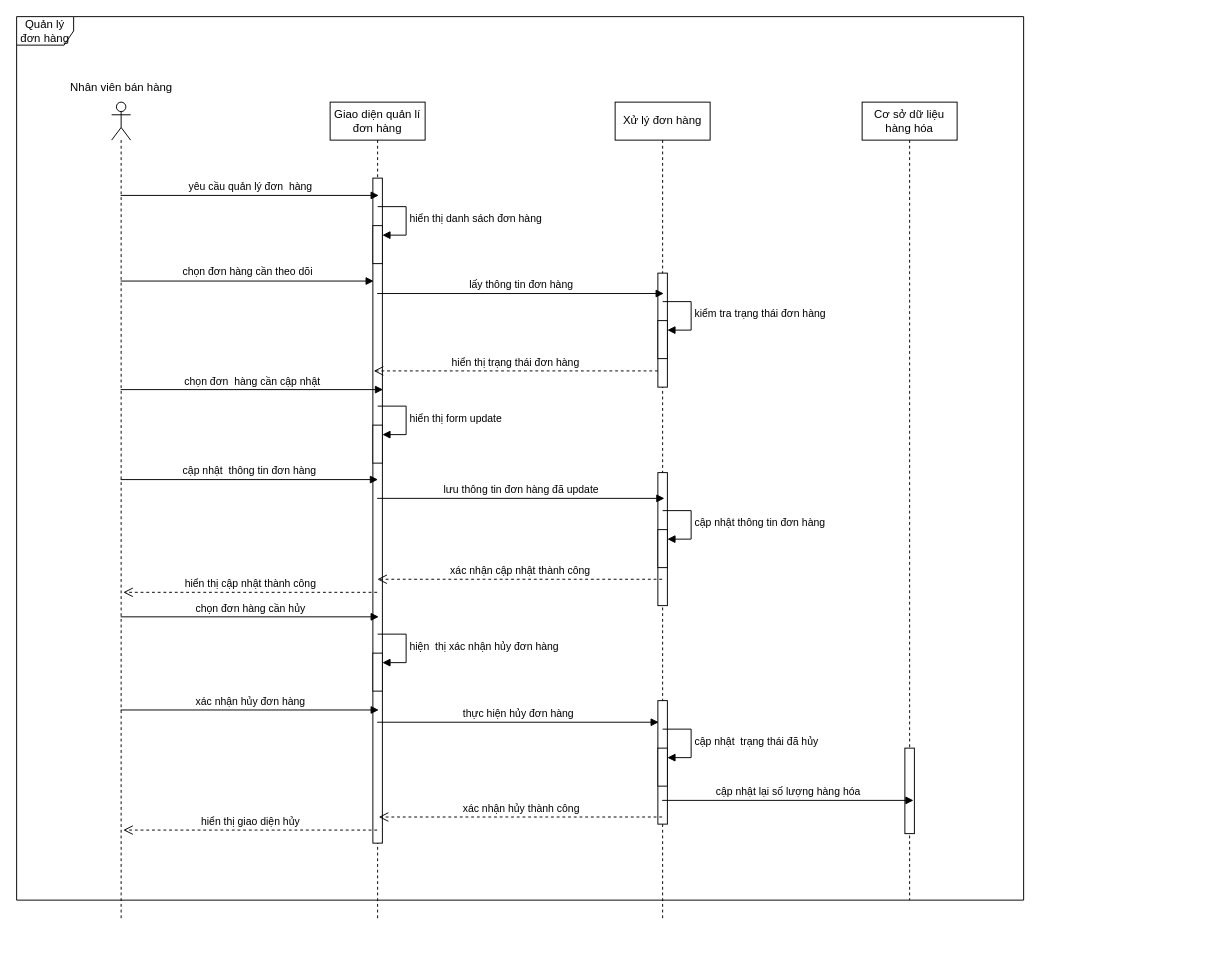
Earlier version of the draw.io diagram NV-QLĐH sequence.drawio (RomJoke/K). Source tidied: cells renumbered, new cells numbered last; positions are measured from the earlier drawing's top-left corner, leaving out a move shared by most shapes. Both pictures are drawn from the tidied source at 95%, with x=0, y=0 at pixel (16, 16).
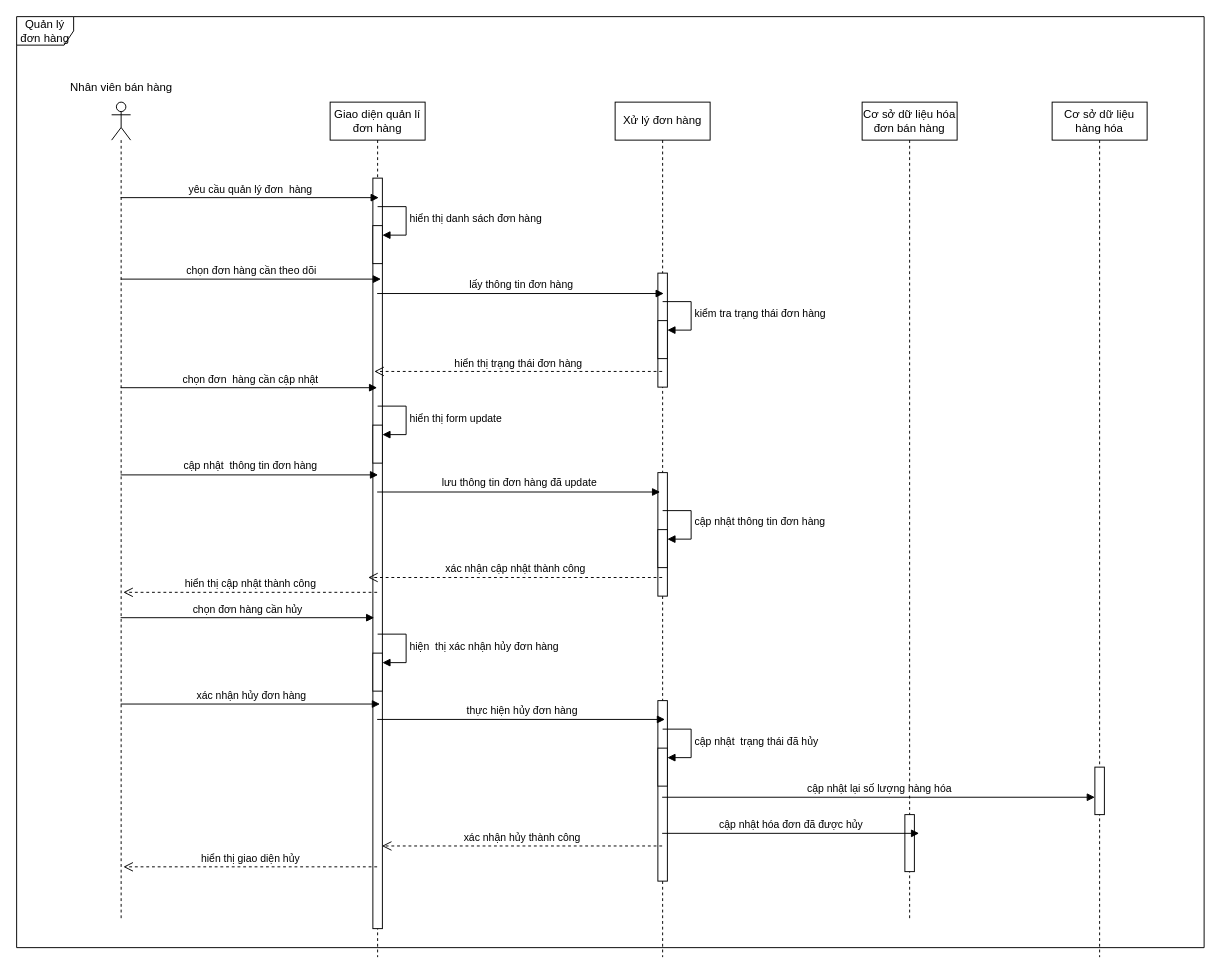
Above is the later version.

Unchanged cells that the change refers to:
```xml
<mxCell id="3" style="shape=umlLifeline;perimeter=lifelinePerimeter;whiteSpace=wrap;html=1;outlineConnect=0;portConstraint=eastwest;newEdgeStyle={&quot;curved&quot;:0,&quot;rounded&quot;:0};participant=umlActor;" parent="1" vertex="1">
  <mxGeometry x="100" y="90" width="20" height="860" as="geometry" />
</mxCell>
<mxCell id="13" style="html=1;points=[[0,0,0,0,5],[0,1,0,0,-5],[1,0,0,0,5],[1,1,0,0,-5]];perimeter=orthogonalPerimeter;outlineConnect=0;targetShapes=umlLifeline;portConstraint=eastwest;newEdgeStyle={&quot;curved&quot;:0,&quot;rounded&quot;:0};" parent="12" vertex="1">
  <mxGeometry x="45" y="180" width="10" height="120" as="geometry" />
</mxCell>
<mxCell id="17" style="html=1;points=[[0,0,0,0,5],[0,1,0,0,-5],[1,0,0,0,5],[1,1,0,0,-5]];perimeter=orthogonalPerimeter;outlineConnect=0;targetShapes=umlLifeline;portConstraint=eastwest;newEdgeStyle={&quot;curved&quot;:0,&quot;rounded&quot;:0};" parent="12" vertex="1">
  <mxGeometry x="45" y="450" width="10" height="40" as="geometry" />
</mxCell>
```

What changed in the source:
```diff
@@
     <mxCell id="2" value="Quản lý đơn hàng" style="shape=umlFrame;whiteSpace=wrap;html=1;" parent="1" vertex="1">
-      <mxGeometry width="1060" height="930" as="geometry" />
+      <mxGeometry width="1250" height="980" as="geometry" />
     </mxCell>
@@
     <mxCell id="4" value="Giao diện quản lí đơn hàng" style="shape=umlLifeline;perimeter=lifelinePerimeter;whiteSpace=wrap;html=1;outlineConnect=0;portConstraint=eastwest;newEdgeStyle={&quot;curved&quot;:0,&quot;rounded&quot;:0};" parent="1" vertex="1">
-      <mxGeometry x="330" y="90" width="100" height="860" as="geometry" />
+      <mxGeometry x="330" y="90" width="100" height="900" as="geometry" />
     </mxCell>
     <mxCell id="5" style="html=1;points=[[0,0,0,0,5],[0,1,0,0,-5],[1,0,0,0,5],[1,1,0,0,-5]];perimeter=orthogonalPerimeter;outlineConnect=0;targetShapes=umlLifeline;portConstraint=eastwest;newEdgeStyle={&quot;curved&quot;:0,&quot;rounded&quot;:0};" parent="4" vertex="1">
-      <mxGeometry x="45" y="80" width="10" height="700" as="geometry" />
+      <mxGeometry x="45" y="80" width="10" height="790" as="geometry" />
     </mxCell>
@@
     <mxCell id="12" value="Xử lý đơn hàng" style="shape=umlLifeline;perimeter=lifelinePerimeter;whiteSpace=wrap;html=1;outlineConnect=0;portConstraint=eastwest;newEdgeStyle={&quot;curved&quot;:0,&quot;rounded&quot;:0};" parent="1" vertex="1">
-      <mxGeometry x="630" y="90" width="100" height="860" as="geometry" />
+      <mxGeometry x="630" y="90" width="100" height="900" as="geometry" />
     </mxCell>
@@
     <mxCell id="16" style="html=1;perimeter=orthogonalPerimeter;targetShapes=umlLifeline;newEdgeStyle={&quot;curved&quot;:0,&quot;rounded&quot;:0};" parent="12" vertex="1">
-      <mxGeometry x="45" y="390" width="10" height="140" as="geometry" />
+      <mxGeometry x="45" y="390" width="10" height="130" as="geometry" />
     </mxCell>
@@
     <mxCell id="18" value="cập nhật thông tin đơn hàng" style="html=1;align=left;spacingLeft=2;endArrow=block;rounded=0;edgeStyle=orthogonalEdgeStyle;curved=0;rounded=0;" parent="12" edge="1" target="17">
-      <mxGeometry relative="1" as="geometry">
+      <mxGeometry x="-0.01" relative="1" as="geometry">
         <mxPoint x="50" y="430" as="sourcePoint" />
         <Array as="points">
           <mxPoint x="80" y="460" />
         </Array>
       </mxGeometry>
     </mxCell>
     <mxCell id="19" style="html=1;perimeter=orthogonalPerimeter;targetShapes=umlLifeline;newEdgeStyle={&quot;curved&quot;:0,&quot;rounded&quot;:0};" parent="12" vertex="1">
-      <mxGeometry x="45" y="630" width="10" height="130" as="geometry" />
+      <mxGeometry x="45" y="630" width="10" height="190" as="geometry" />
     </mxCell>
@@
-    <mxCell id="22" value="Cơ sở dữ liệu hàng hóa" style="shape=umlLifeline;perimeter=lifelinePerimeter;whiteSpace=wrap;html=1;outlineConnect=0;portConstraint=eastwest;newEdgeStyle={&quot;curved&quot;:0,&quot;rounded&quot;:0};" parent="1" vertex="1">
-      <mxGeometry x="890" y="90" width="100" height="840" as="geometry" />
+    <mxCell id="22" value="Cơ sở dữ liệu hóa đơn bán hàng" style="shape=umlLifeline;perimeter=lifelinePerimeter;whiteSpace=wrap;html=1;outlineConnect=0;portConstraint=eastwest;newEdgeStyle={&quot;curved&quot;:0,&quot;rounded&quot;:0};" parent="1" vertex="1">
+      <mxGeometry x="890" y="90" width="100" height="860" as="geometry" />
     </mxCell>
-    <mxCell id="23" style="html=1;perimeter=orthogonalPerimeter;targetShapes=umlLifeline;newEdgeStyle={&quot;curved&quot;:0,&quot;rounded&quot;:0};" parent="22" vertex="1">
-      <mxGeometry x="45" y="680" width="10" height="90" as="geometry" />
-    </mxCell>
-    <mxCell id="24" value="cập nhật lại số lượng hàng hóa" style="html=1;verticalAlign=bottom;endArrow=block;curved=0;rounded=0;entryX=0.541;entryY=0.875;entryDx=0;entryDy=0;entryPerimeter=0;" parent="1" edge="1" source="12" target="22">
-      <mxGeometry relative="1" as="geometry" />
-    </mxCell>
-    <mxCell id="25" value="xác nhận hủy thành công" style="html=1;verticalAlign=bottom;endArrow=open;dashed=1;endSize=8;curved=0;rounded=0;entryX=0.512;entryY=0.875;entryDx=0;entryDy=0;entryPerimeter=0;" parent="1" edge="1" source="12" target="4">
-      <mxGeometry relative="1" as="geometry" />
-    </mxCell>
-    <mxCell id="26" value="hiển thị giao diện hủy" style="html=1;verticalAlign=bottom;endArrow=open;dashed=1;endSize=8;curved=0;rounded=0;entryX=0.612;entryY=0.891;entryDx=0;entryDy=0;entryPerimeter=0;" parent="1" edge="1" source="4" target="3">
-      <mxGeometry relative="1" as="geometry" />
-    </mxCell>
+    <mxCell id="40" style="html=1;perimeter=orthogonalPerimeter;targetShapes=umlLifeline;newEdgeStyle={&quot;curved&quot;:0,&quot;rounded&quot;:0};" parent="22" vertex="1">
+      <mxGeometry x="45" y="750" width="10" height="60" as="geometry" />
+    </mxCell>
@@
-    <mxCell id="28" value="chọn đơn hàng cần theo dõi" style="html=1;verticalAlign=bottom;endArrow=block;curved=0;rounded=0;entryX=0.459;entryY=0.219;entryDx=0;entryDy=0;entryPerimeter=0;" parent="1" edge="1" source="3" target="4">
+    <mxCell id="28" value="chọn đơn hàng cần theo dõi" style="html=1;verticalAlign=bottom;endArrow=block;curved=0;rounded=0;entryX=0.535;entryY=0.207;entryDx=0;entryDy=0;entryPerimeter=0;" parent="1" edge="1" source="3" target="4">
       <mxGeometry relative="1" as="geometry" />
     </mxCell>
@@
+    <mxCell id="35" value="hiển thị cập nhật thành công" style="html=1;verticalAlign=bottom;endArrow=open;dashed=1;endSize=8;curved=0;rounded=0;entryX=0.612;entryY=0.6;entryDx=0;entryDy=0;entryPerimeter=0;" parent="1" edge="1" source="4" target="3">
+      <mxGeometry relative="1" as="geometry" />
+    </mxCell>
+    <mxCell id="39" value="Nhân viên bán hàng" style="text;html=1;align=center;verticalAlign=middle;strokeColor=none;fillColor=none;" parent="1" vertex="1">
+      <mxGeometry x="45" y="60" width="130" height="30" as="geometry" />
+    </mxCell>
+    <mxCell id="41" value="Cơ sở dữ liệu hàng hóa" style="shape=umlLifeline;perimeter=lifelinePerimeter;whiteSpace=wrap;html=1;outlineConnect=0;portConstraint=eastwest;newEdgeStyle={&quot;curved&quot;:0,&quot;rounded&quot;:0};" parent="1" vertex="1">
+      <mxGeometry x="1090" y="90" width="100" height="900" as="geometry" />
+    </mxCell>
+    <mxCell id="23" style="html=1;perimeter=orthogonalPerimeter;targetShapes=umlLifeline;newEdgeStyle={&quot;curved&quot;:0,&quot;rounded&quot;:0};" parent="41" vertex="1">
+      <mxGeometry x="45" y="700" width="10" height="50" as="geometry" />
+    </mxCell>
+    <mxCell id="26" value="hiển thị giao diện hủy" style="html=1;verticalAlign=bottom;endArrow=open;dashed=1;endSize=8;curved=0;rounded=0;entryX=0.618;entryY=0.936;entryDx=0;entryDy=0;entryPerimeter=0;" parent="1" edge="1" source="4" target="3">
+      <mxGeometry relative="1" as="geometry" />
+    </mxCell>
+    <mxCell id="25" value="xác nhận hủy thành công" style="html=1;verticalAlign=bottom;endArrow=open;dashed=1;endSize=8;curved=0;rounded=0;entryX=0.545;entryY=0.87;entryDx=0;entryDy=0;entryPerimeter=0;" parent="1" edge="1" source="12" target="4">
+      <mxGeometry relative="1" as="geometry" />
+    </mxCell>
-    <mxCell id="30" value="hiển thị trạng thái đơn hàng" style="html=1;verticalAlign=bottom;endArrow=open;dashed=1;endSize=8;curved=0;rounded=0;entryX=0.459;entryY=0.329;entryDx=0;entryDy=0;entryPerimeter=0;" parent="1" edge="1" source="13" target="4">
+    <mxCell id="30" value="hiển thị trạng thái đơn hàng" style="html=1;verticalAlign=bottom;endArrow=open;dashed=1;endSize=8;curved=0;rounded=0;entryX=0.464;entryY=0.315;entryDx=0;entryDy=0;entryPerimeter=0;" parent="1" edge="1" source="12" target="4">
       <mxGeometry relative="1" as="geometry" />
     </mxCell>
-    <mxCell id="31" value="chọn đơn&amp;nbsp; hàng cần cập nhật" style="html=1;verticalAlign=bottom;endArrow=block;curved=0;rounded=0;entryX=1.073;entryY=0.318;entryDx=0;entryDy=0;entryPerimeter=0;" parent="1" edge="1" source="3" target="5">
-      <mxGeometry relative="1" as="geometry" />
+    <mxCell id="31" value="chọn đơn&amp;nbsp; hàng cần cập nhật" style="html=1;verticalAlign=bottom;endArrow=block;curved=0;rounded=0;entryX=0.495;entryY=0.334;entryDx=0;entryDy=0;entryPerimeter=0;" parent="1" edge="1" source="3" target="4">
+      <mxGeometry x="0.01" relative="1" as="geometry" />
     </mxCell>
-    <mxCell id="32" value="cập nhật&amp;nbsp; thông tin đơn hàng" style="html=1;verticalAlign=bottom;endArrow=block;curved=0;rounded=0;entryX=0.504;entryY=0.462;entryDx=0;entryDy=0;entryPerimeter=0;" parent="1" edge="1" source="3" target="4">
+    <mxCell id="32" value="cập nhật&amp;nbsp; thông tin đơn hàng" style="html=1;verticalAlign=bottom;endArrow=block;curved=0;rounded=0;entryX=0.505;entryY=0.436;entryDx=0;entryDy=0;entryPerimeter=0;" parent="1" edge="1" source="3" target="4">
       <mxGeometry relative="1" as="geometry" />
     </mxCell>
-    <mxCell id="33" value="lưu thông tin đơn hàng đã update" style="html=1;verticalAlign=bottom;endArrow=block;curved=0;rounded=0;entryX=0.519;entryY=0.485;entryDx=0;entryDy=0;entryPerimeter=0;" parent="1" edge="1" source="4" target="12">
+    <mxCell id="33" value="lưu thông tin đơn hàng đã update" style="html=1;verticalAlign=bottom;endArrow=block;curved=0;rounded=0;entryX=0.474;entryY=0.456;entryDx=0;entryDy=0;entryPerimeter=0;" parent="1" edge="1" source="4" target="12">
       <mxGeometry relative="1" as="geometry" />
     </mxCell>
-    <mxCell id="34" value="xác nhận cập nhật thành công" style="html=1;verticalAlign=bottom;endArrow=open;dashed=1;endSize=8;curved=0;rounded=0;entryX=0.497;entryY=0.584;entryDx=0;entryDy=0;entryPerimeter=0;" parent="1" edge="1" source="12" target="4">
+    <mxCell id="34" value="xác nhận cập nhật thành công" style="html=1;verticalAlign=bottom;endArrow=open;dashed=1;endSize=8;curved=0;rounded=0;entryX=0.4;entryY=0.556;entryDx=0;entryDy=0;entryPerimeter=0;" parent="1" edge="1" source="12" target="4">
       <mxGeometry relative="1" as="geometry" />
     </mxCell>
-    <mxCell id="35" value="hiển thị cập nhật thành công" style="html=1;verticalAlign=bottom;endArrow=open;dashed=1;endSize=8;curved=0;rounded=0;entryX=0.612;entryY=0.6;entryDx=0;entryDy=0;entryPerimeter=0;" parent="1" edge="1" source="4" target="3">
-      <mxGeometry relative="1" as="geometry" />
-    </mxCell>
-    <mxCell id="36" value="chọn đơn hàng cần hủy" style="html=1;verticalAlign=bottom;endArrow=block;curved=0;rounded=0;entryX=0.512;entryY=0.63;entryDx=0;entryDy=0;entryPerimeter=0;" parent="1" edge="1" source="3" target="4">
+    <mxCell id="36" value="chọn đơn hàng cần hủy" style="html=1;verticalAlign=bottom;endArrow=block;curved=0;rounded=0;entryX=0.464;entryY=0.603;entryDx=0;entryDy=0;entryPerimeter=0;" parent="1" edge="1" source="3" target="4">
       <mxGeometry relative="1" as="geometry" />
     </mxCell>
-    <mxCell id="37" value="xác nhận hủy đơn hàng" style="html=1;verticalAlign=bottom;endArrow=block;curved=0;rounded=0;entryX=0.512;entryY=0.744;entryDx=0;entryDy=0;entryPerimeter=0;" parent="1" edge="1" source="3" target="4">
+    <mxCell id="37" value="xác nhận hủy đơn hàng" style="html=1;verticalAlign=bottom;endArrow=block;curved=0;rounded=0;entryX=0.525;entryY=0.704;entryDx=0;entryDy=0;entryPerimeter=0;" parent="1" edge="1" source="3" target="4">
       <mxGeometry relative="1" as="geometry" />
     </mxCell>
-    <mxCell id="38" value="thực hiện hủy đơn hàng" style="html=1;verticalAlign=bottom;endArrow=block;curved=0;rounded=0;entryX=0.459;entryY=0.759;entryDx=0;entryDy=0;entryPerimeter=0;" parent="1" edge="1" source="4" target="12">
+    <mxCell id="38" value="thực hiện hủy đơn hàng" style="html=1;verticalAlign=bottom;endArrow=block;curved=0;rounded=0;entryX=0.525;entryY=0.722;entryDx=0;entryDy=0;entryPerimeter=0;" parent="1" edge="1" source="4" target="12">
       <mxGeometry relative="1" as="geometry" />
     </mxCell>
-    <mxCell id="39" value="Nhân viên bán hàng" style="text;html=1;align=center;verticalAlign=middle;strokeColor=none;fillColor=none;" parent="1" vertex="1">
-      <mxGeometry x="45" y="60" width="130" height="30" as="geometry" />
-    </mxCell>
+    <mxCell id="24" value="cập nhật lại số lượng hàng hóa" style="html=1;verticalAlign=bottom;endArrow=block;curved=0;rounded=0;entryX=0.45;entryY=0.813;entryDx=0;entryDy=0;entryPerimeter=0;" parent="1" edge="1" source="12" target="41">
+      <mxGeometry relative="1" as="geometry" />
+    </mxCell>
+    <mxCell id="42" value="cập nhật hóa đơn đã được hủy" style="html=1;verticalAlign=bottom;endArrow=block;curved=0;rounded=0;entryX=0.6;entryY=0.895;entryDx=0;entryDy=0;entryPerimeter=0;" parent="1" edge="1" source="12" target="22">
+      <mxGeometry relative="1" as="geometry" />
+    </mxCell>
```
